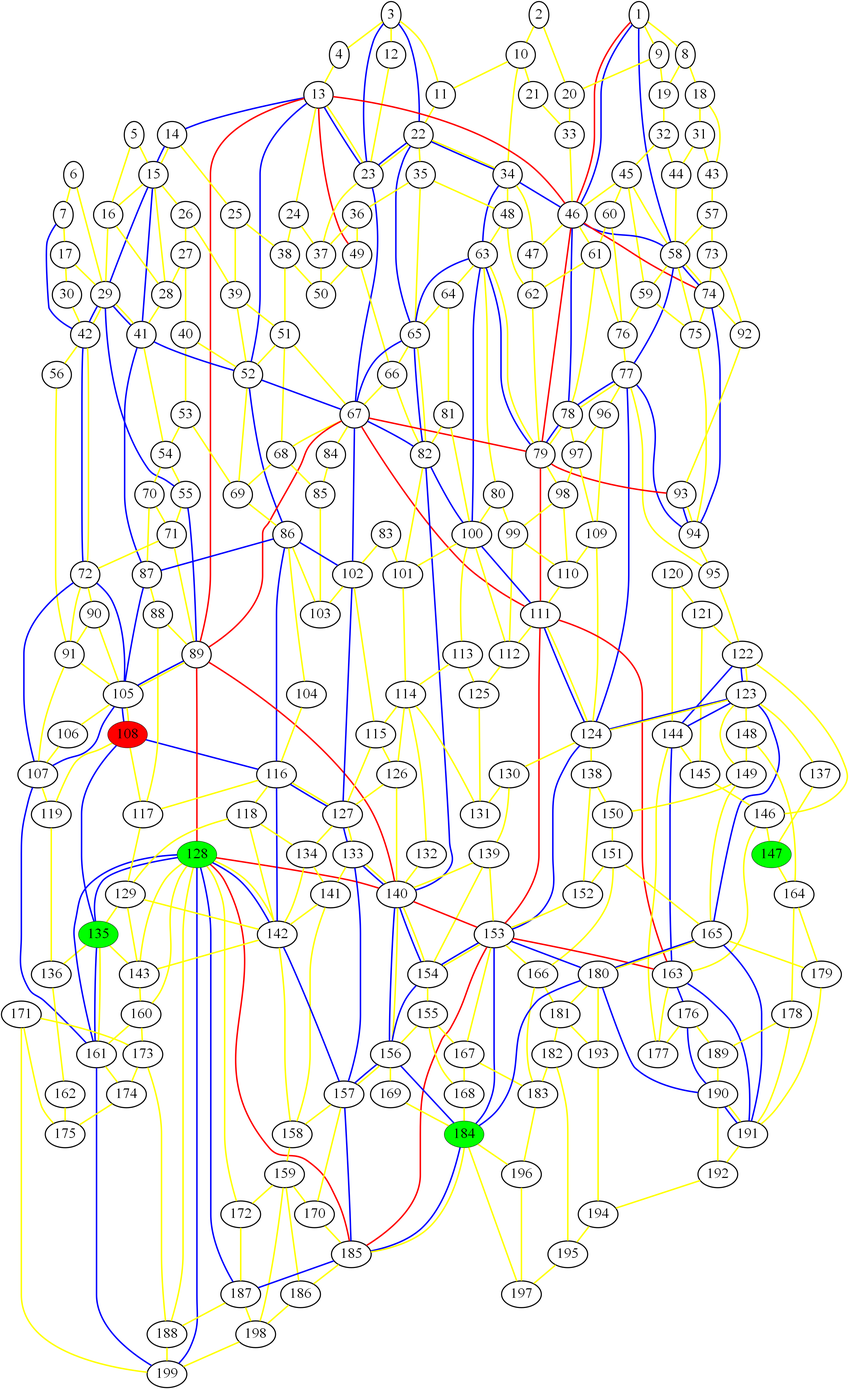
Earlier version of the Graphviz export graph_5.png (ed-churchill/complex-systems-project). Its source is kept beside it as graph_5.gv.
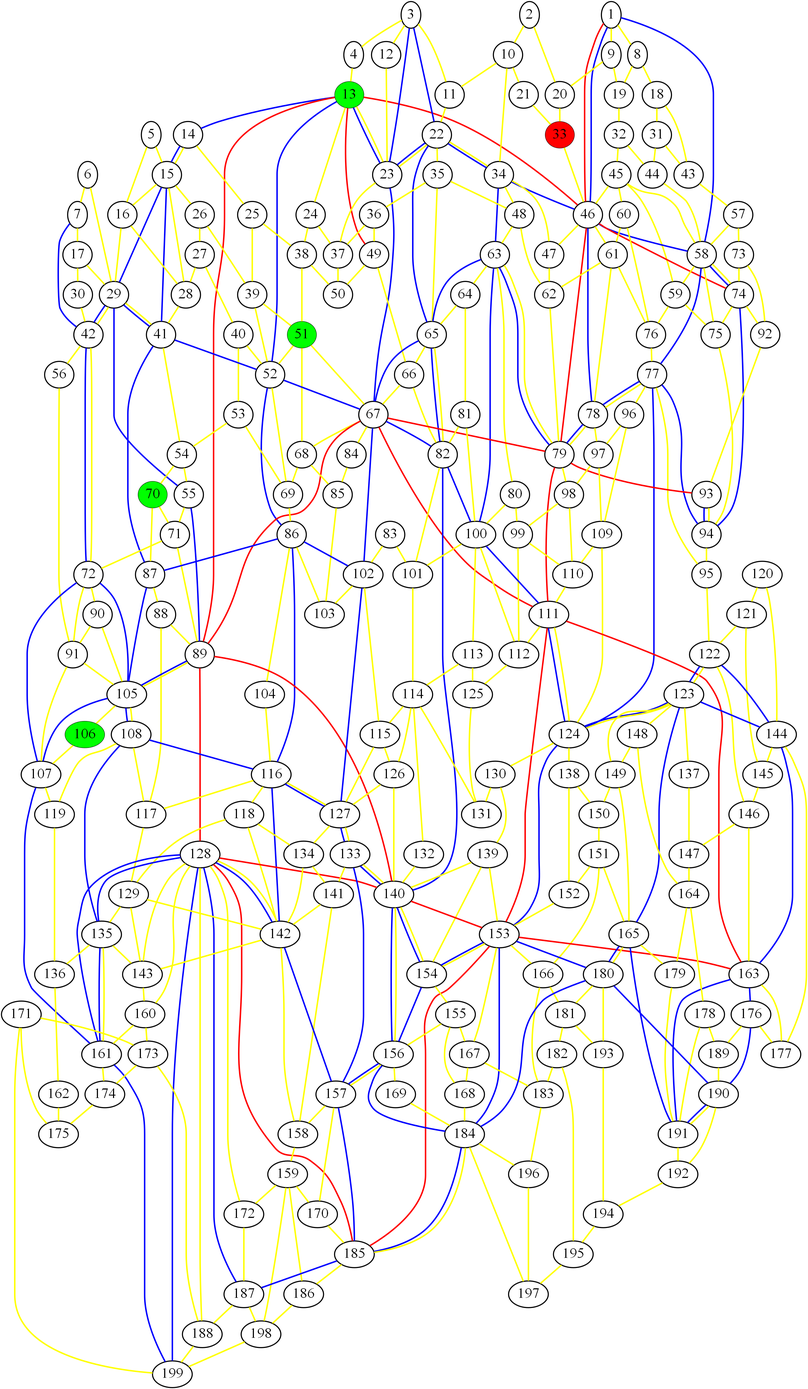
After the change.

Diff of the diagram source:
```diff
@@ -1,9 +1,9 @@
 graph london_graph {
-108 [fillcolor=red, fontsize=40, pendwidth=3, style=filled];
-135 [fillcolor=green, fontsize=40, pendwidth=3, style=filled];
-147 [fillcolor=green, fontsize=40, pendwidth=3, style=filled];
-184 [fillcolor=green, fontsize=40, pendwidth=3, style=filled];
-128 [fillcolor=green, fontsize=40, pendwidth=3, style=filled];
+33 [fillcolor=red, fontsize=40, pendwidth=3, style=filled];
+106 [fillcolor=green, fontsize=40, pendwidth=3, style=filled];
+13 [fillcolor=green, fontsize=40, pendwidth=3, style=filled];
+70 [fillcolor=green, fontsize=40, pendwidth=3, style=filled];
+51 [fillcolor=green, fontsize=40, pendwidth=3, style=filled];
 1 [fontsize=40, penwidth=3];
 2 [fontsize=40, penwidth=3];
 3 [fontsize=40, penwidth=3];
@@ -16,7 +16,6 @@
 10 [fontsize=40, penwidth=3];
 11 [fontsize=40, penwidth=3];
 12 [fontsize=40, penwidth=3];
-13 [fontsize=40, penwidth=3];
 14 [fontsize=40, penwidth=3];
 15 [fontsize=40, penwidth=3];
 16 [fontsize=40, penwidth=3];
@@ -36,7 +35,6 @@
 30 [fontsize=40, penwidth=3];
 31 [fontsize=40, penwidth=3];
 32 [fontsize=40, penwidth=3];
-33 [fontsize=40, penwidth=3];
 34 [fontsize=40, penwidth=3];
 35 [fontsize=40, penwidth=3];
 36 [fontsize=40, penwidth=3];
@@ -54,7 +52,6 @@
 48 [fontsize=40, penwidth=3];
 49 [fontsize=40, penwidth=3];
 50 [fontsize=40, penwidth=3];
-51 [fontsize=40, penwidth=3];
 52 [fontsize=40, penwidth=3];
 53 [fontsize=40, penwidth=3];
 54 [fontsize=40, penwidth=3];
@@ -73,7 +70,6 @@
 67 [fontsize=40, penwidth=3];
 68 [fontsize=40, penwidth=3];
 69 [fontsize=40, penwidth=3];
-70 [fontsize=40, penwidth=3];
 71 [fontsize=40, penwidth=3];
 72 [fontsize=40, penwidth=3];
 73 [fontsize=40, penwidth=3];
@@ -109,8 +105,8 @@
 103 [fontsize=40, penwidth=3];
 104 [fontsize=40, penwidth=3];
 105 [fontsize=40, penwidth=3];
-106 [fontsize=40, penwidth=3];
 107 [fontsize=40, penwidth=3];
+108 [fontsize=40, penwidth=3];
 109 [fontsize=40, penwidth=3];
 110 [fontsize=40, penwidth=3];
 111 [fontsize=40, penwidth=3];
@@ -130,12 +126,14 @@
 125 [fontsize=40, penwidth=3];
 126 [fontsize=40, penwidth=3];
 127 [fontsize=40, penwidth=3];
+128 [fontsize=40, penwidth=3];
 129 [fontsize=40, penwidth=3];
 130 [fontsize=40, penwidth=3];
 131 [fontsize=40, penwidth=3];
 132 [fontsize=40, penwidth=3];
 133 [fontsize=40, penwidth=3];
 134 [fontsize=40, penwidth=3];
+135 [fontsize=40, penwidth=3];
 136 [fontsize=40, penwidth=3];
 137 [fontsize=40, penwidth=3];
 138 [fontsize=40, penwidth=3];
@@ -147,6 +145,7 @@
 144 [fontsize=40, penwidth=3];
 145 [fontsize=40, penwidth=3];
 146 [fontsize=40, penwidth=3];
+147 [fontsize=40, penwidth=3];
 148 [fontsize=40, penwidth=3];
 149 [fontsize=40, penwidth=3];
 150 [fontsize=40, penwidth=3];
@@ -183,6 +182,7 @@
 181 [fontsize=40, penwidth=3];
 182 [fontsize=40, penwidth=3];
 183 [fontsize=40, penwidth=3];
+184 [fontsize=40, penwidth=3];
 185 [fontsize=40, penwidth=3];
 186 [fontsize=40, penwidth=3];
 187 [fontsize=40, penwidth=3];
```
